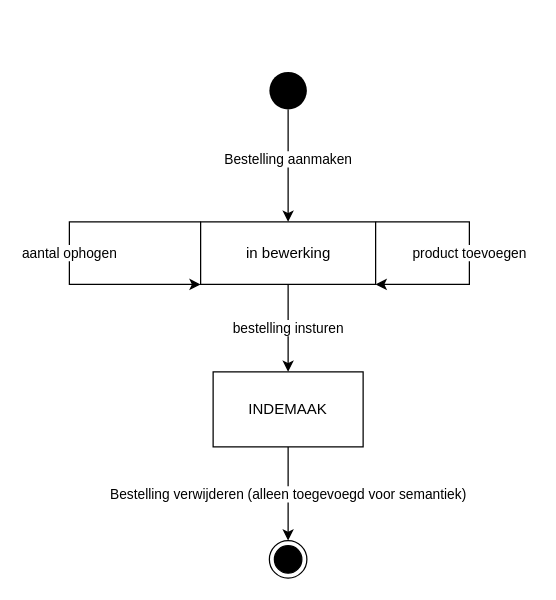
Above: page "bestellingen" (1 of 2) of documentatie/lifecycle/lifeCycle.drawio in Armaniimus/ARE_Galaxy-burger (draw.io), before the change. Source tidied: cells renumbered, new cells numbered last; positions are measured from the earlier drawing's top-left corner, leaving out a move shared by most shapes. Both pictures are drawn from the tidied source at 125%, with x=0, y=0 at pixel (69, 71).
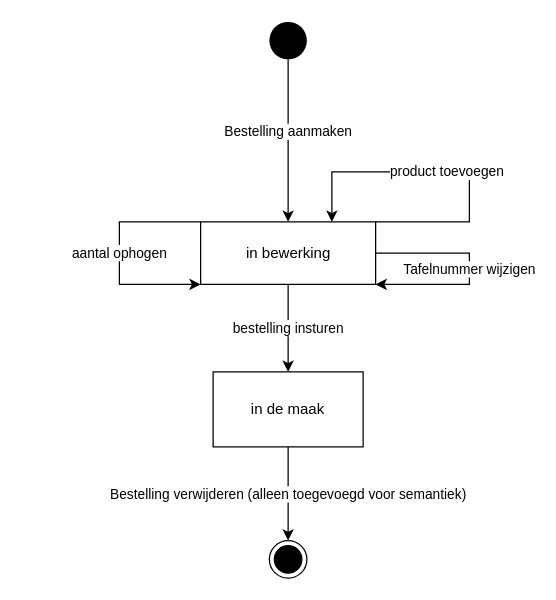
The same page after the edit.

What changed in the source:
```diff
@@
 <mxGraphModel>
   <root>
     <mxCell id="0" />
     <mxCell id="1" parent="0" />
     <mxCell id="2" value="bestelling insturen" style="edgeStyle=orthogonalEdgeStyle;rounded=0;jettySize=auto;html=1;exitX=0.5;exitY=1;exitDx=0;exitDy=0;entryX=0.5;entryY=0;entryDx=0;entryDy=0;" parent="1" edge="1" source="3" target="10">
       <mxGeometry relative="1" as="geometry" />
     </mxCell>
+    <mxCell id="11" value="Tafelnummer wijzigen" style="edgeStyle=orthogonalEdgeStyle;rounded=0;orthogonalLoop=1;jettySize=auto;html=1;exitX=1;exitY=0.5;exitDx=0;exitDy=0;entryX=1;entryY=1;entryDx=0;entryDy=0;" parent="1" edge="1" source="3" target="3">
+      <mxGeometry relative="1" as="geometry">
+        <Array as="points">
+          <mxPoint x="320" y="145" />
+          <mxPoint x="320" y="170" />
+        </Array>
+      </mxGeometry>
+    </mxCell>
     <mxCell id="3" value="in bewerking" style="html=1;" parent="1" vertex="1">
       <mxGeometry x="105" y="120" width="140" height="50" as="geometry" />
     </mxCell>
-    <mxCell id="4" value="Bestelling aanmaken" style="edgeStyle=orthogonalEdgeStyle;rounded=0;jettySize=auto;html=1;entryX=0.5;entryY=0;entryDx=0;entryDy=0;" parent="1" edge="1" source="5" target="3">
+    <mxCell id="4" value="Bestelling aanmaken" style="edgeStyle=orthogonalEdgeStyle;rounded=0;jettySize=auto;html=1;" parent="1" edge="1" source="5" target="3">
       <mxGeometry x="-0.11" relative="1" as="geometry" />
     </mxCell>
     <mxCell id="5" style="ellipse;fillColor=#000000;strokeColor=none;" parent="1" vertex="1">
-      <mxGeometry x="160" width="30" height="30" as="geometry" />
+      <mxGeometry x="160" y="-40" width="30" height="30" as="geometry" />
     </mxCell>
     <mxCell id="6" style="ellipse;html=1;shape=endState;fillColor=#000000;strokeColor=#000000;" parent="1" vertex="1">
       <mxGeometry x="160" y="375" width="30" height="30" as="geometry" />
     </mxCell>
-    <mxCell id="7" value="product toevoegen" style="edgeStyle=orthogonalEdgeStyle;rounded=0;orthogonalLoop=1;jettySize=auto;html=1;exitX=1;exitY=0;exitDx=0;exitDy=0;entryX=1;entryY=1;entryDx=0;entryDy=0;" parent="1" edge="1" source="3" target="3">
+    <mxCell id="7" value="product toevoegen" style="edgeStyle=orthogonalEdgeStyle;rounded=0;orthogonalLoop=1;jettySize=auto;html=1;exitX=1;exitY=0;exitDx=0;exitDy=0;entryX=0.75;entryY=0;entryDx=0;entryDy=0;" parent="1" edge="1" source="3" target="3">
       <mxGeometry relative="1" as="geometry">
         <Array as="points">
           <mxPoint x="320" y="120" />
-          <mxPoint x="320" y="170" />
+          <mxPoint x="320" y="80" />
+          <mxPoint x="210" y="80" />
         </Array>
       </mxGeometry>
     </mxCell>
     <mxCell id="8" value="aantal ophogen" style="edgeStyle=orthogonalEdgeStyle;rounded=0;orthogonalLoop=1;jettySize=auto;html=1;exitX=0;exitY=0;exitDx=0;exitDy=0;entryX=0;entryY=1;entryDx=0;entryDy=0;" parent="1" edge="1" source="3" target="3">
       <mxGeometry relative="1" as="geometry">
         <Array as="points">
-          <mxPoint y="120" />
-          <mxPoint y="170" />
+          <mxPoint x="40" y="120" />
+          <mxPoint x="40" y="170" />
         </Array>
       </mxGeometry>
     </mxCell>
     <mxCell id="9" value="&lt;span style=&quot;font-family: &amp;#34;helvetica&amp;#34;&quot;&gt;Bestelling verwijderen (alleen toegevoegd voor semantiek)&lt;/span&gt;" style="edgeStyle=orthogonalEdgeStyle;rounded=0;jettySize=auto;html=1;exitX=0.5;exitY=1;exitDx=0;exitDy=0;entryX=0.5;entryY=0;entryDx=0;entryDy=0;" parent="1" edge="1" source="10" target="6">
       <mxGeometry relative="1" as="geometry" />
     </mxCell>
-    <mxCell id="10" value="INDEMAAK" style="rounded=0;whiteSpace=wrap;html=1;" parent="1" vertex="1">
+    <mxCell id="10" value="in de maak" style="rounded=0;whiteSpace=wrap;html=1;" parent="1" vertex="1">
       <mxGeometry x="115" y="240" width="120" height="60" as="geometry" />
     </mxCell>
   </root>
 </mxGraphModel>
```
